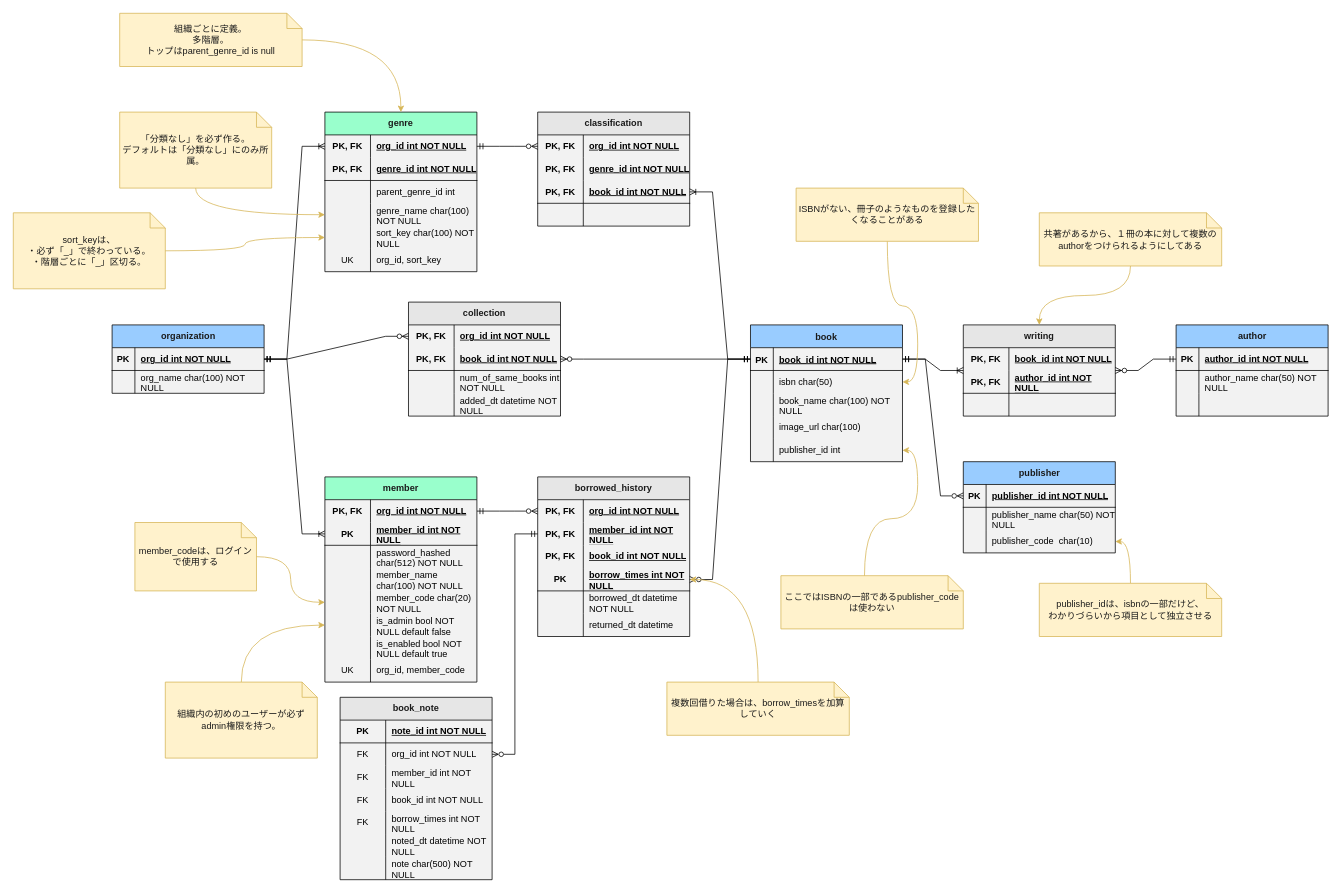
Above: doc/er_diagram.drawio in yo16/bookshelf_2023 (draw.io), before the change. Source tidied: cells renumbered, new cells numbered last; positions are measured from the earlier drawing's top-left corner, leaving out a move shared by most shapes. Both pictures are drawn from the tidied source at 76%, with x=0, y=0 at pixel (13, 13).
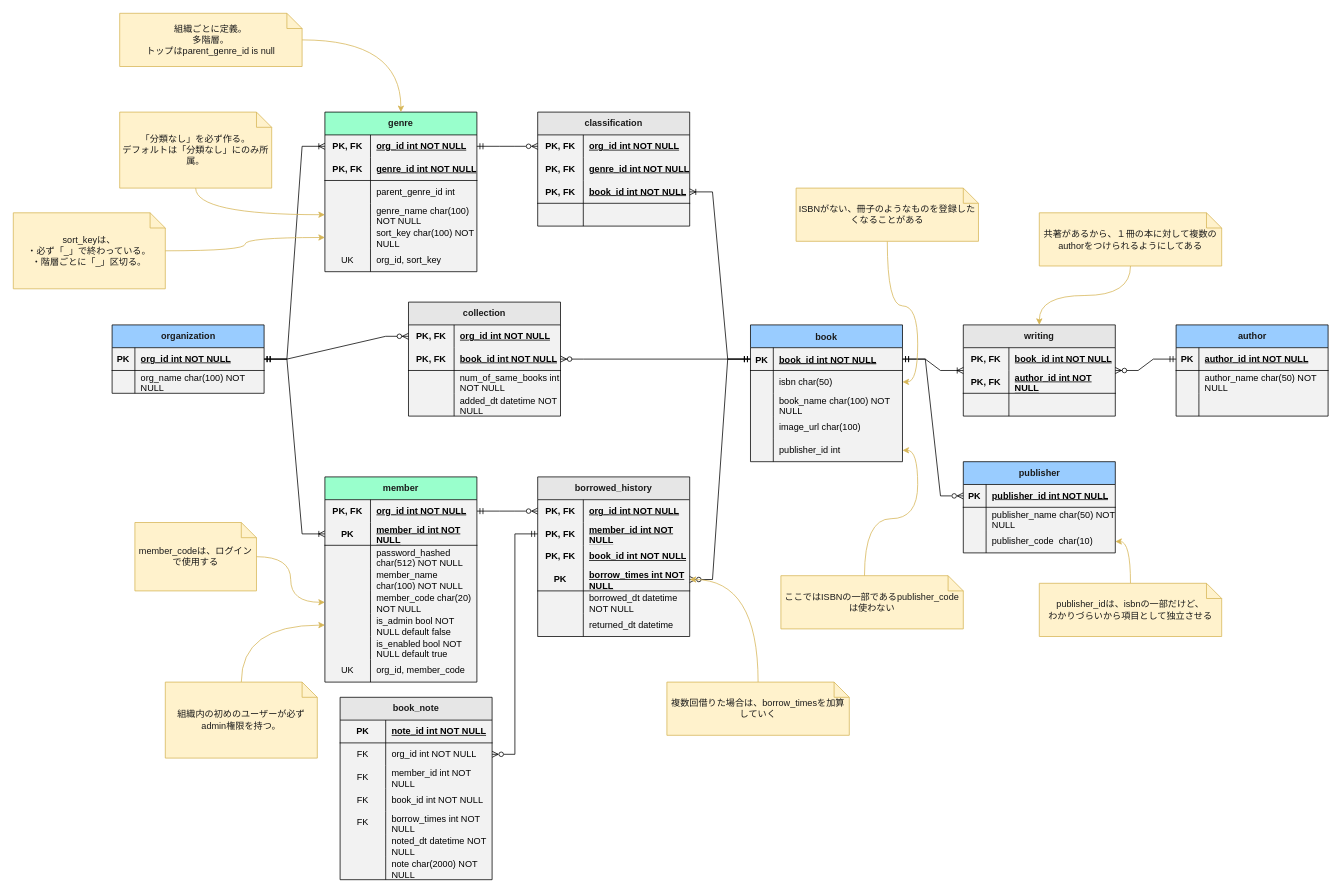
The same page after the edit.

Unchanged cells that the change refers to:
```xml
<mxCell id="194" style="shape=tableRow;horizontal=0;startSize=0;swimlaneHead=0;swimlaneBody=0;fillColor=none;top=0;left=0;right=0;bottom=0;html=1;" parent="175" vertex="1">
  <mxGeometry y="210" width="200" height="30" as="geometry" />
</mxCell>
```

Change to the diagram source:
```diff
@@
-    <mxCell id="196" value="note char(500) NOT NULL" style="shape=partialRectangle;fillColor=none;top=0;left=0;bottom=0;right=0;align=left;spacingLeft=6;overflow=hidden;html=1;whiteSpace=wrap;" parent="194" vertex="1">
+    <mxCell id="196" value="note char(2000) NOT NULL" style="shape=partialRectangle;fillColor=none;top=0;left=0;bottom=0;right=0;align=left;spacingLeft=6;overflow=hidden;html=1;whiteSpace=wrap;" parent="194" vertex="1">
       <mxGeometry x="60" width="140" height="30" as="geometry" />
     </mxCell>
```
